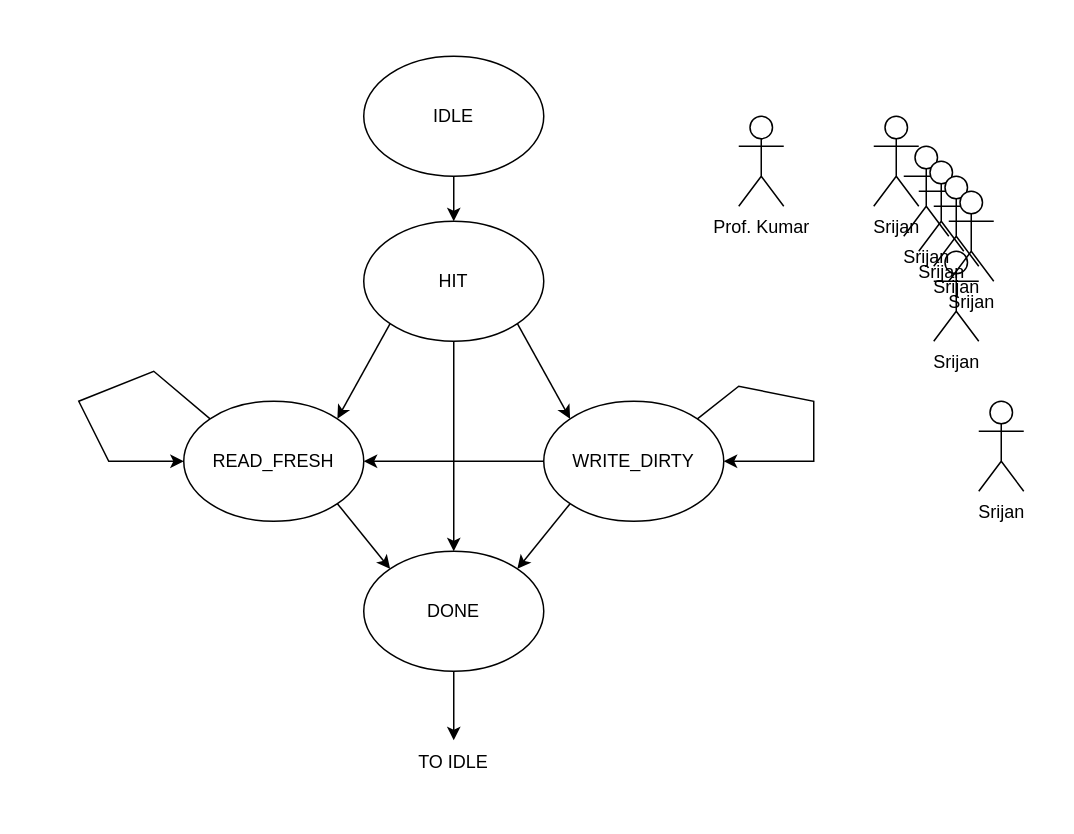
tejassatpalkar/PulseCorporate keeps this draw.io diagram as StateMachine.drawio. Above is the earlier version. Source tidied: cells renumbered, new cells numbered last; positions are measured from the earlier drawing's top-left corner, leaving out a move shared by most shapes. Both pictures are drawn from the tidied source at 150%, with x=0, y=0 at pixel (78, 56).
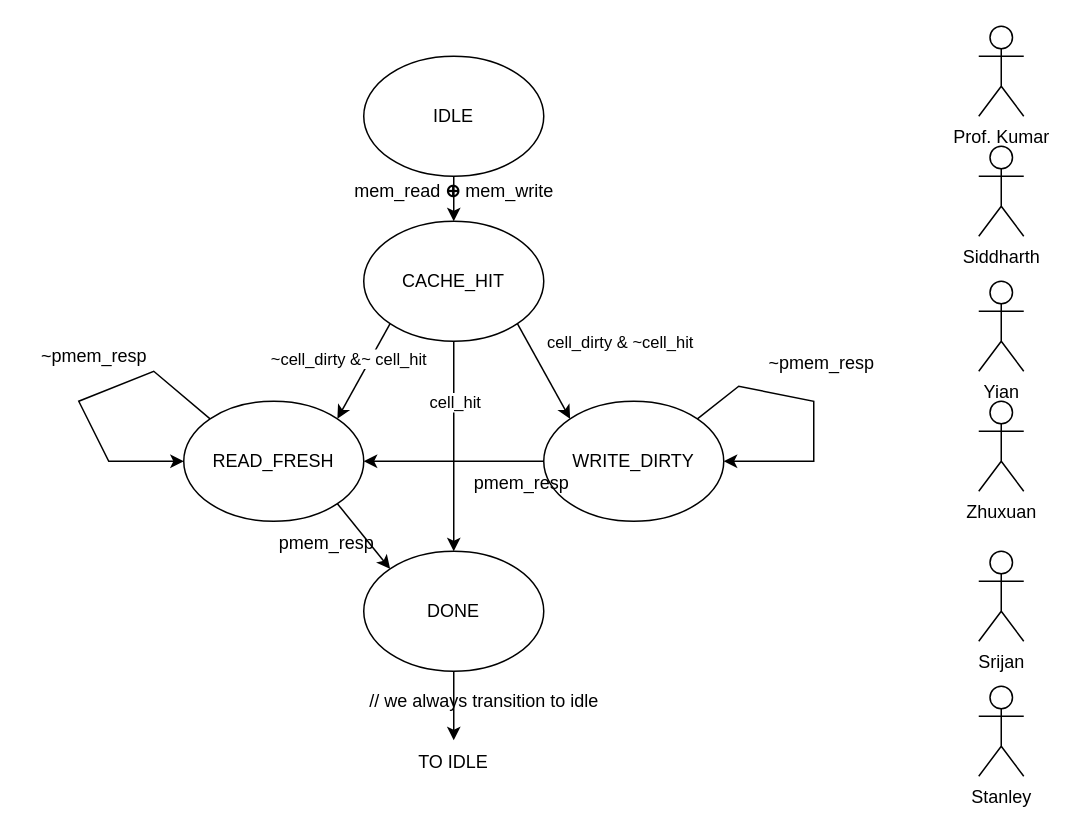
The same diagram, later.

Unchanged cells that the change refers to:
```xml
<mxCell id="5" value="WRITE_DIRTY" style="ellipse;whiteSpace=wrap;html=1;" parent="1" vertex="1">
  <mxGeometry x="310" y="230" width="120" height="80" as="geometry" />
</mxCell>
<mxCell id="6" value="DONE" style="ellipse;whiteSpace=wrap;html=1;" parent="1" vertex="1">
  <mxGeometry x="190" y="330" width="120" height="80" as="geometry" />
</mxCell>
<mxCell id="8" style="endArrow=classic;html=1;rounded=0;exitX=0;exitY=1;exitDx=0;exitDy=0;entryX=1;entryY=0;entryDx=0;entryDy=0;" parent="1" edge="1" source="4" target="3">
  <mxGeometry relative="1" as="geometry" />
</mxCell>
<mxCell id="18" style="endArrow=classic;html=1;rounded=0;exitX=0.5;exitY=1;exitDx=0;exitDy=0;entryX=0.5;entryY=0;entryDx=0;entryDy=0;" parent="1" edge="1" source="4" target="6">
  <mxGeometry relative="1" as="geometry" />
</mxCell>
```

Diff of the diagram source:
```diff
@@
-    <mxCell id="4" value="HIT" style="ellipse;whiteSpace=wrap;html=1;" parent="1" vertex="1">
+    <mxCell id="4" value="CACHE_HIT" style="ellipse;whiteSpace=wrap;html=1;" parent="1" vertex="1">
       <mxGeometry x="190" y="110" width="120" height="80" as="geometry" />
     </mxCell>
@@
+    <mxCell id="26" value="~cell_dirty &amp;amp;~ cell_hit" style="edgeLabel;html=1;align=center;verticalAlign=middle;" parent="8" vertex="1">
+      <mxGeometry x="-0.21" y="-7" relative="1" as="geometry">
+        <mxPoint x="-8" y="1" as="offset" />
+      </mxGeometry>
+    </mxCell>
@@
-    <mxCell id="11" style="endArrow=classic;html=1;rounded=0;exitX=0;exitY=1;exitDx=0;exitDy=0;entryX=1;entryY=0;entryDx=0;entryDy=0;" parent="1" edge="1" source="5" target="6">
-      <mxGeometry relative="1" as="geometry" />
-    </mxCell>
@@
-    <mxCell id="16" value="&lt;div&gt;Srijan&lt;/div&gt;" style="shape=umlActor;verticalLabelPosition=bottom;verticalAlign=top;html=1;" parent="1" vertex="1">
-      <mxGeometry x="530" y="40" width="30" height="60" as="geometry" />
+    <mxCell id="16" value="Siddharth " style="shape=umlActor;verticalLabelPosition=bottom;verticalAlign=top;html=1;" parent="1" vertex="1">
+      <mxGeometry x="600" y="60" width="30" height="60" as="geometry" />
     </mxCell>
@@
+    <mxCell id="27" value="&lt;div&gt;cell_hit&lt;/div&gt;" style="edgeLabel;html=1;align=center;verticalAlign=middle;" parent="18" vertex="1">
+      <mxGeometry x="-0.4" y="6" relative="1" as="geometry">
+        <mxPoint x="-6" y="-2" as="offset" />
+      </mxGeometry>
+    </mxCell>
     <mxCell id="19" value="Prof. Kumar" style="shape=umlActor;verticalLabelPosition=bottom;verticalAlign=top;html=1;" parent="1" vertex="1">
-      <mxGeometry x="440" y="40" width="30" height="60" as="geometry" />
+      <mxGeometry x="600" y="-20" width="30" height="60" as="geometry" />
     </mxCell>
     <mxCell id="20" value="&lt;div&gt;Srijan&lt;/div&gt;" style="shape=umlActor;verticalLabelPosition=bottom;verticalAlign=top;html=1;" parent="1" vertex="1">
-      <mxGeometry x="570" y="130" width="30" height="60" as="geometry" />
+      <mxGeometry x="600" y="330" width="30" height="60" as="geometry" />
     </mxCell>
-    <mxCell id="21" value="&lt;div&gt;Srijan&lt;/div&gt;" style="shape=umlActor;verticalLabelPosition=bottom;verticalAlign=top;html=1;" parent="1" vertex="1">
-      <mxGeometry x="550" y="60" width="30" height="60" as="geometry" />
-    </mxCell>
-    <mxCell id="22" value="&lt;div&gt;Srijan&lt;/div&gt;" style="shape=umlActor;verticalLabelPosition=bottom;verticalAlign=top;html=1;" parent="1" vertex="1">
-      <mxGeometry x="560" y="70" width="30" height="60" as="geometry" />
-    </mxCell>
-    <mxCell id="23" value="&lt;div&gt;Srijan&lt;/div&gt;" style="shape=umlActor;verticalLabelPosition=bottom;verticalAlign=top;html=1;" parent="1" vertex="1">
-      <mxGeometry x="570" y="80" width="30" height="60" as="geometry" />
+    <mxCell id="23" value="Yian " style="shape=umlActor;verticalLabelPosition=bottom;verticalAlign=top;html=1;" parent="1" vertex="1">
+      <mxGeometry x="600" y="150" width="30" height="60" as="geometry" />
     </mxCell>
-    <mxCell id="24" value="&lt;div&gt;Srijan&lt;/div&gt;" style="shape=umlActor;verticalLabelPosition=bottom;verticalAlign=top;html=1;" parent="1" vertex="1">
-      <mxGeometry x="580" y="90" width="30" height="60" as="geometry" />
+    <mxCell id="24" value="Stanley " style="shape=umlActor;verticalLabelPosition=bottom;verticalAlign=top;html=1;" parent="1" vertex="1">
+      <mxGeometry x="600" y="420" width="30" height="60" as="geometry" />
     </mxCell>
-    <mxCell id="25" value="&lt;div&gt;Srijan&lt;/div&gt;" style="shape=umlActor;verticalLabelPosition=bottom;verticalAlign=top;html=1;" parent="1" vertex="1">
+    <mxCell id="25" value="Zhuxuan " style="shape=umlActor;verticalLabelPosition=bottom;verticalAlign=top;html=1;" parent="1" vertex="1">
       <mxGeometry x="600" y="230" width="30" height="60" as="geometry" />
     </mxCell>
+    <mxCell id="28" value="~pmem_resp" style="text;html=1;align=center;verticalAlign=middle;strokeColor=none;fillColor=none;" parent="1" vertex="1">
+      <mxGeometry x="-35" y="185" width="90" height="30" as="geometry" />
+    </mxCell>
+    <mxCell id="29" value="~pmem_resp" style="text;html=1;align=center;verticalAlign=middle;strokeColor=none;fillColor=none;" parent="1" vertex="1">
+      <mxGeometry x="450" y="190" width="90" height="30" as="geometry" />
+    </mxCell>
+    <mxCell id="30" value="mem_read &lt;span class=&quot;ILfuVd&quot; lang=&quot;en&quot;&gt;&lt;span class=&quot;hgKElc&quot;&gt;&lt;span&gt;&lt;span&gt;&lt;b&gt;⊕&lt;/b&gt;&lt;/span&gt;&lt;/span&gt;&lt;/span&gt;&lt;/span&gt; mem_write" style="text;html=1;align=center;verticalAlign=middle;strokeColor=none;fillColor=none;" parent="1" vertex="1">
+      <mxGeometry x="170" y="75" width="160" height="30" as="geometry" />
+    </mxCell>
+    <mxCell id="31" value="cell_dirty &amp;amp; ~cell_hit " style="edgeLabel;html=1;align=center;verticalAlign=middle;" parent="1" vertex="1">
+      <mxGeometry x="360" y="190" as="geometry" />
+    </mxCell>
+    <mxCell id="32" value="pmem_resp" style="text;html=1;align=center;verticalAlign=middle;strokeColor=none;fillColor=none;" parent="1" vertex="1">
+      <mxGeometry x="250" y="270" width="90" height="30" as="geometry" />
+    </mxCell>
+    <mxCell id="33" value="pmem_resp" style="text;html=1;align=center;verticalAlign=middle;strokeColor=none;fillColor=none;" parent="1" vertex="1">
+      <mxGeometry x="120" y="310" width="90" height="30" as="geometry" />
+    </mxCell>
+    <mxCell id="34" value="&lt;div&gt;// we always transition to idle&lt;/div&gt;" style="text;html=1;align=center;verticalAlign=middle;strokeColor=none;fillColor=none;" parent="1" vertex="1">
+      <mxGeometry x="185" y="415" width="170" height="30" as="geometry" />
+    </mxCell>
```
